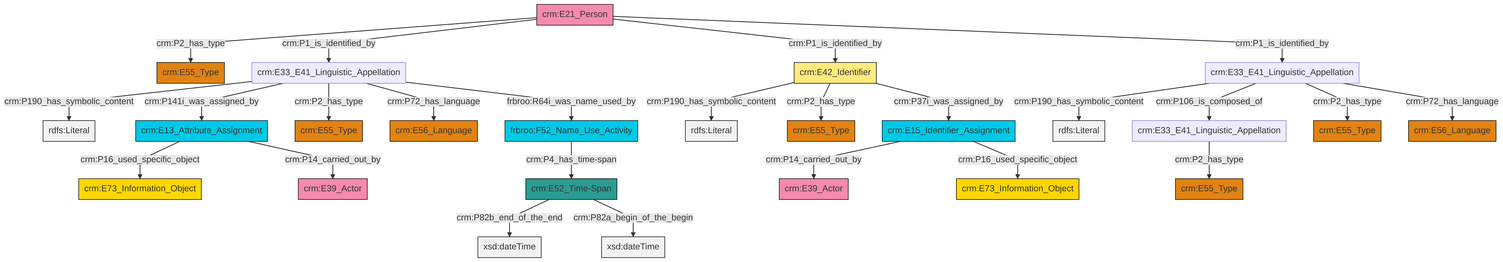
Before: et/personCSV/ttl/mmd/png/Person_Names_and_Classification.png, a diagram exported from Mermaid (swiss-art-research-net/reference-data-models). Its source is kept beside it as et/personCSV/ttl/mmd/Person_Names_and_Classification.ttl.mmd.
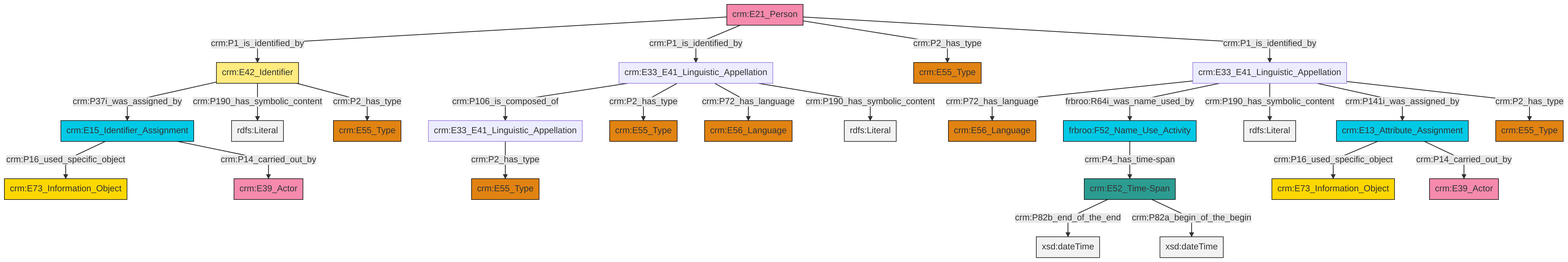
Above is the later version.

Change to the diagram source:
```diff
@@ -13,27 +13,27 @@
 classDef PC_Classes fill:#4ce600, stroke:#000000;
 classDef Multi fill:#cccccc,stroke:#000000;
 
-0["crm:E33_E41_Linguistic_Appellation"]:::Default -->|crm:P190_has_symbolic_content| 1[rdfs:Literal]:::Literal
-2["crm:E52_Time-Span"]:::Time-Span -->|crm:P82b_end_of_the_end| 3[xsd:dateTime]:::Literal
-6["crm:E21_Person"]:::Actor -->|crm:P2_has_type| 7["crm:E55_Type"]:::Type
-8["crm:E33_E41_Linguistic_Appellation"]:::Default -->|crm:P190_has_symbolic_content| 9[rdfs:Literal]:::Literal
-6["crm:E21_Person"]:::Actor -->|crm:P1_is_identified_by| 0["crm:E33_E41_Linguistic_Appellation"]:::Default
-0["crm:E33_E41_Linguistic_Appellation"]:::Default -->|crm:P141i_was_assigned_by| 11["crm:E13_Attribute_Assignment"]:::Temporal_Entity
-0["crm:E33_E41_Linguistic_Appellation"]:::Default -->|crm:P2_has_type| 4["crm:E55_Type"]:::Type
-12["crm:E42_Identifier"]:::Appellation -->|crm:P190_has_symbolic_content| 13[rdfs:Literal]:::Literal
-16["crm:E15_Identifier_Assignment"]:::Temporal_Entity -->|crm:P14_carried_out_by| 17["crm:E39_Actor"]:::Actor
-8["crm:E33_E41_Linguistic_Appellation"]:::Default -->|crm:P106_is_composed_of| 18["crm:E33_E41_Linguistic_Appellation"]:::Default
-16["crm:E15_Identifier_Assignment"]:::Temporal_Entity -->|crm:P16_used_specific_object| 20["crm:E73_Information_Object"]:::Conceptual_Object
-6["crm:E21_Person"]:::Actor -->|crm:P1_is_identified_by| 12["crm:E42_Identifier"]:::Appellation
-23["frbroo:F52_Name_Use_Activity"]:::Temporal_Entity -->|crm:P4_has_time-span| 2["crm:E52_Time-Span"]:::Time-Span
-8["crm:E33_E41_Linguistic_Appellation"]:::Default -->|crm:P2_has_type| 21["crm:E55_Type"]:::Type
-0["crm:E33_E41_Linguistic_Appellation"]:::Default -->|crm:P72_has_language| 25["crm:E56_Language"]:::Type
-0["crm:E33_E41_Linguistic_Appellation"]:::Default -->|frbroo:R64i_was_name_used_by| 23["frbroo:F52_Name_Use_Activity"]:::Temporal_Entity
-12["crm:E42_Identifier"]:::Appellation -->|crm:P2_has_type| 27["crm:E55_Type"]:::Type
-11["crm:E13_Attribute_Assignment"]:::Temporal_Entity -->|crm:P16_used_specific_object| 29["crm:E73_Information_Object"]:::Conceptual_Object
-8["crm:E33_E41_Linguistic_Appellation"]:::Default -->|crm:P72_has_language| 32["crm:E56_Language"]:::Type
-2["crm:E52_Time-Span"]:::Time-Span -->|crm:P82a_begin_of_the_begin| 34[xsd:dateTime]:::Literal
-6["crm:E21_Person"]:::Actor -->|crm:P1_is_identified_by| 8["crm:E33_E41_Linguistic_Appellation"]:::Default
-12["crm:E42_Identifier"]:::Appellation -->|crm:P37i_was_assigned_by| 16["crm:E15_Identifier_Assignment"]:::Temporal_Entity
-11["crm:E13_Attribute_Assignment"]:::Temporal_Entity -->|crm:P14_carried_out_by| 41["crm:E39_Actor"]:::Actor
-18["crm:E33_E41_Linguistic_Appellation"]:::Default -->|crm:P2_has_type| 14["crm:E55_Type"]:::Type
+0["crm:E33_E41_Linguistic_Appellation"]:::Default -->|crm:P72_has_language| 1["crm:E56_Language"]:::Type
+6["crm:E42_Identifier"]:::Appellation -->|crm:P37i_was_assigned_by| 7["crm:E15_Identifier_Assignment"]:::Temporal_Entity
+0["crm:E33_E41_Linguistic_Appellation"]:::Default -->|frbroo:R64i_was_name_used_by| 11["frbroo:F52_Name_Use_Activity"]:::Temporal_Entity
+7["crm:E15_Identifier_Assignment"]:::Temporal_Entity -->|crm:P16_used_specific_object| 13["crm:E73_Information_Object"]:::Conceptual_Object
+8["crm:E52_Time-Span"]:::Time-Span -->|crm:P82b_end_of_the_end| 14[xsd:dateTime]:::Literal
+15["crm:E33_E41_Linguistic_Appellation"]:::Default -->|crm:P106_is_composed_of| 4["crm:E33_E41_Linguistic_Appellation"]:::Default
+15["crm:E33_E41_Linguistic_Appellation"]:::Default -->|crm:P2_has_type| 16["crm:E55_Type"]:::Type
+18["crm:E21_Person"]:::Actor -->|crm:P1_is_identified_by| 6["crm:E42_Identifier"]:::Appellation
+23["crm:E13_Attribute_Assignment"]:::Temporal_Entity -->|crm:P16_used_specific_object| 20["crm:E73_Information_Object"]:::Conceptual_Object
+18["crm:E21_Person"]:::Actor -->|crm:P1_is_identified_by| 15["crm:E33_E41_Linguistic_Appellation"]:::Default
+15["crm:E33_E41_Linguistic_Appellation"]:::Default -->|crm:P72_has_language| 26["crm:E56_Language"]:::Type
+6["crm:E42_Identifier"]:::Appellation -->|crm:P190_has_symbolic_content| 29[rdfs:Literal]:::Literal
+0["crm:E33_E41_Linguistic_Appellation"]:::Default -->|crm:P190_has_symbolic_content| 30[rdfs:Literal]:::Literal
+0["crm:E33_E41_Linguistic_Appellation"]:::Default -->|crm:P141i_was_assigned_by| 23["crm:E13_Attribute_Assignment"]:::Temporal_Entity
+6["crm:E42_Identifier"]:::Appellation -->|crm:P2_has_type| 32["crm:E55_Type"]:::Type
+23["crm:E13_Attribute_Assignment"]:::Temporal_Entity -->|crm:P14_carried_out_by| 33["crm:E39_Actor"]:::Actor
+8["crm:E52_Time-Span"]:::Time-Span -->|crm:P82a_begin_of_the_begin| 34[xsd:dateTime]:::Literal
+7["crm:E15_Identifier_Assignment"]:::Temporal_Entity -->|crm:P14_carried_out_by| 37["crm:E39_Actor"]:::Actor
+18["crm:E21_Person"]:::Actor -->|crm:P2_has_type| 40["crm:E55_Type"]:::Type
+11["frbroo:F52_Name_Use_Activity"]:::Temporal_Entity -->|crm:P4_has_time-span| 8["crm:E52_Time-Span"]:::Time-Span
+18["crm:E21_Person"]:::Actor -->|crm:P1_is_identified_by| 0["crm:E33_E41_Linguistic_Appellation"]:::Default
+15["crm:E33_E41_Linguistic_Appellation"]:::Default -->|crm:P190_has_symbolic_content| 45[rdfs:Literal]:::Literal
+0["crm:E33_E41_Linguistic_Appellation"]:::Default -->|crm:P2_has_type| 2["crm:E55_Type"]:::Type
+4["crm:E33_E41_Linguistic_Appellation"]:::Default -->|crm:P2_has_type| 27["crm:E55_Type"]:::Type
```
